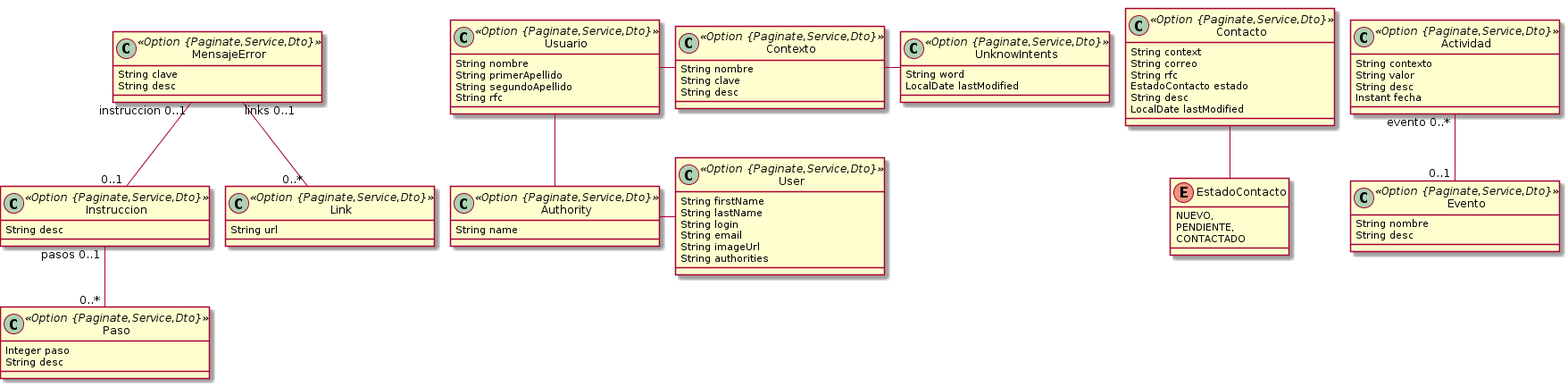
This is entities.png from salsa-community/kbase, a PlantUML export, as it was before one commit.
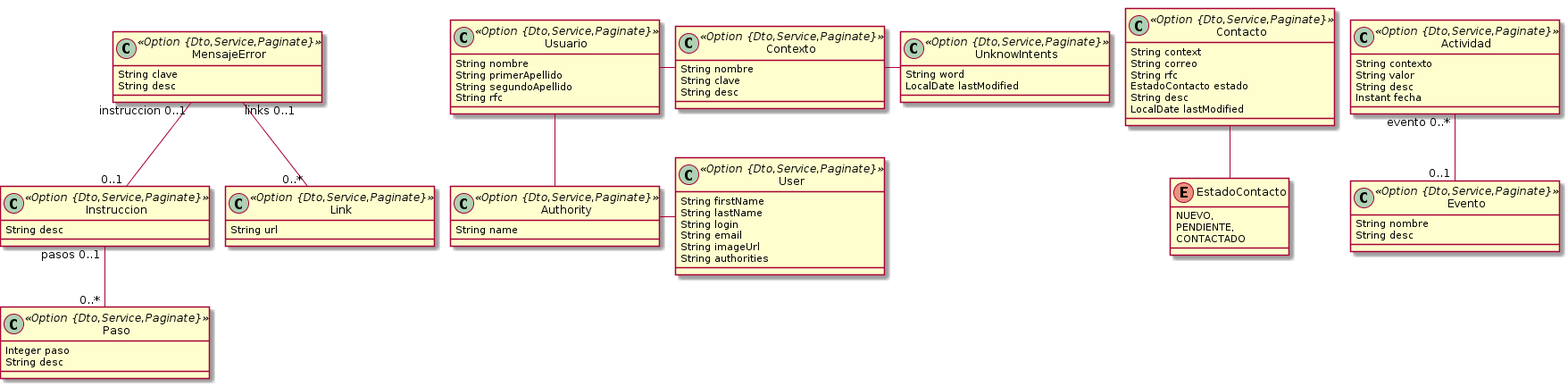
Above is the later version.

What changed in the source:
```diff
@@ -1,36 +1,36 @@
 @startuml
 	!pragma graphviz_dot jdot
 	!pragma syntax class
-	class MensajeError <<Option {Paginate,Service,Dto}>> {
+	class MensajeError <<Option {Dto,Service,Paginate}>> {
 		String clave
 		String desc
 	}
-	class Instruccion <<Option {Paginate,Service,Dto}>> {
+	class Instruccion <<Option {Dto,Service,Paginate}>> {
 		String desc
 	}
-	class Link <<Option {Paginate,Service,Dto}>> {
+	class Link <<Option {Dto,Service,Paginate}>> {
 		String url
 	}
-	class Paso <<Option {Paginate,Service,Dto}>> {
+	class Paso <<Option {Dto,Service,Paginate}>> {
 		Integer paso
 		String desc
 	}
-	class Usuario <<Option {Paginate,Service,Dto}>> {
+	class Usuario <<Option {Dto,Service,Paginate}>> {
 		String nombre
 		String primerApellido
 		String segundoApellido
 		String rfc
 	}
-	class Contexto <<Option {Paginate,Service,Dto}>> {
+	class Contexto <<Option {Dto,Service,Paginate}>> {
 		String nombre
 		String clave
 		String desc
 	}
-	class UnknowIntents <<Option {Paginate,Service,Dto}>> {
+	class UnknowIntents <<Option {Dto,Service,Paginate}>> {
 		String word
 		LocalDate lastModified
 	}
-	class Contacto <<Option {Paginate,Service,Dto}>> {
+	class Contacto <<Option {Dto,Service,Paginate}>> {
 		String context
 		String correo
 		String rfc
@@ -44,13 +44,13 @@
 		PENDIENTE,
 		CONTACTADO
 	}
-	class Actividad <<Option {Paginate,Service,Dto}>> {
+	class Actividad <<Option {Dto,Service,Paginate}>> {
 		String contexto
 		String valor
 		String desc
 		Instant fecha
 	}
-	class Evento <<Option {Paginate,Service,Dto}>> {
+	class Evento <<Option {Dto,Service,Paginate}>> {
 		String nombre
 		String desc
 	}
@@ -58,10 +58,10 @@
 	MensajeError  "links 0..1 " --o "0..* "  Link
 	Instruccion  "pasos 0..1 " --o "0..* "  Paso
 	Actividad  "evento 0..* " o-- "0..1 "  Evento
-	class Authority <<Option {Paginate,Service,Dto}>> {
+	class Authority <<Option {Dto,Service,Paginate}>> {
 		String name
 	}
-	class User <<Option {Paginate,Service,Dto}>> {
+	class User <<Option {Dto,Service,Paginate}>> {
 		String firstName
 		String lastName
 		String login
```
